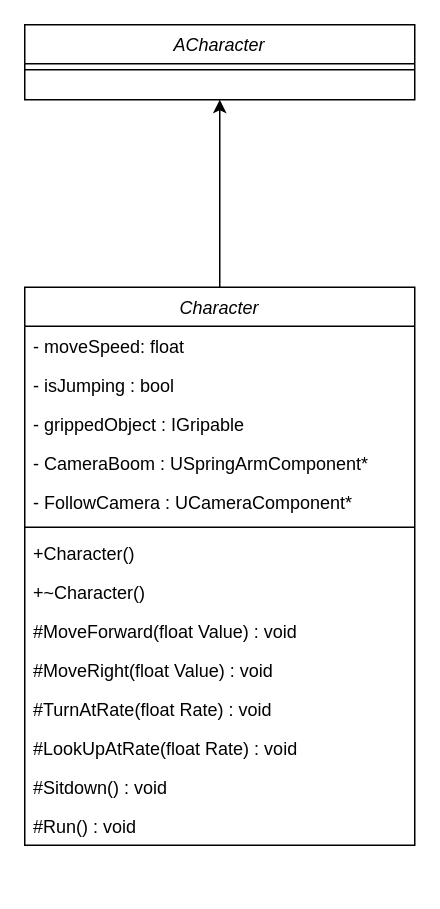
The draw.io diagram page "Character" (2 of 2) of DrawIO/Hola Diagram.drawio in Good-Hola/Hola, before the edit. Source tidied: cells renumbered, new cells numbered last; positions are measured from the earlier drawing's top-left corner, leaving out a move shared by most shapes. Both pictures are drawn from the tidied source at 150%, with x=0, y=0 at pixel (24, 24).
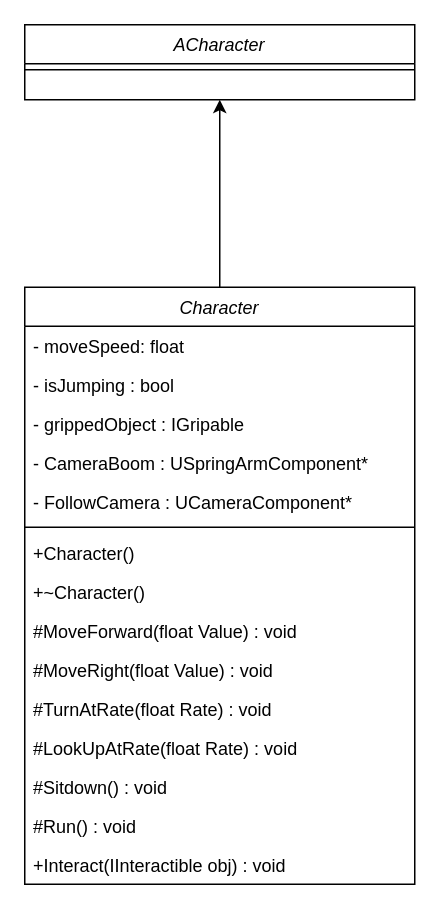
After the change.

Commit message:
[ADD] player class UML function add #12

누락된 플레이어 필수 함수 추가

Change to the diagram source:
```diff
@@
     <mxCell id="3" value="Character" style="swimlane;fontStyle=2;align=center;verticalAlign=top;horizontal=1;startSize=26;rounded=0;shadow=0;strokeWidth=1;" parent="1" vertex="1">
-      <mxGeometry y="175" width="260" height="372" as="geometry" />
+      <mxGeometry y="175" width="260" height="398" as="geometry" />
     </mxCell>
@@
+    <mxCell id="20" value="#Run() : void" style="text;align=left;verticalAlign=top;spacingLeft=4;spacingRight=4;overflow=hidden;" parent="3" vertex="1">
+      <mxGeometry y="346" width="260" height="26" as="geometry" />
+    </mxCell>
-    <mxCell id="17" value="#Run() : void" style="text;align=left;verticalAlign=top;spacingLeft=4;spacingRight=4;overflow=hidden;" parent="3" vertex="1">
-      <mxGeometry y="346" width="260" height="26" as="geometry" />
+    <mxCell id="17" value="+Interact(IInteractible obj) : void" style="text;align=left;verticalAlign=top;spacingLeft=4;spacingRight=4;overflow=hidden;" parent="3" vertex="1">
+      <mxGeometry y="372" width="260" height="26" as="geometry" />
     </mxCell>
```
